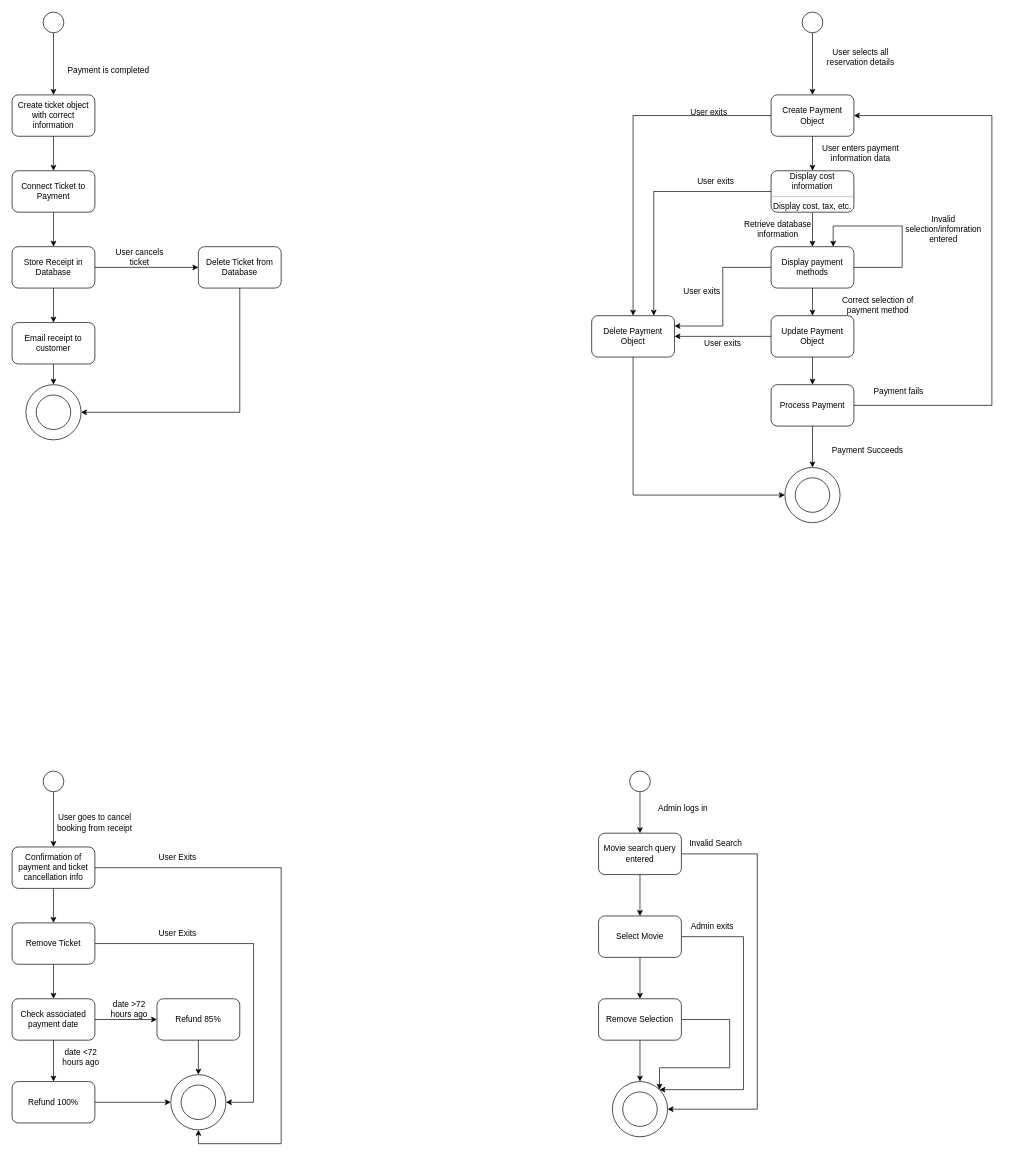
SenorYuen/ProjectGrp9 keeps this draw.io diagram as page "State Transition Diagram" (4 of 8) of ENSF 480 Final Project Diagrams.drawio. Above is the earlier version. Source tidied: cells renumbered, new cells numbered last; positions are measured from the earlier drawing's top-left corner, leaving out a move shared by most shapes. Both pictures are drawn from the tidied source at 69%, with x=0, y=0 at pixel (12, 12).
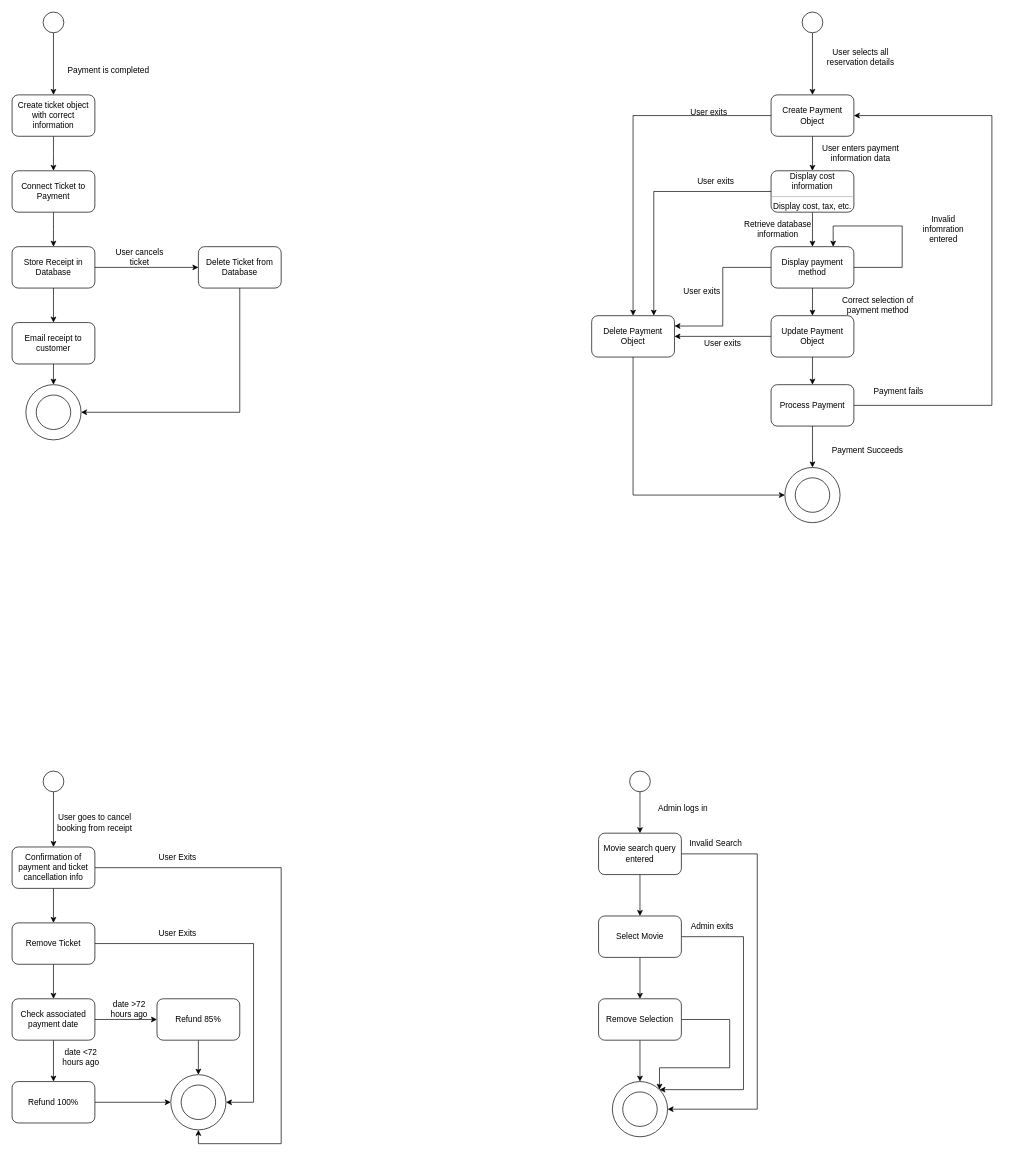
Above is the later version.

What changed in the source:
```diff
@@
-    <mxCell id="32" value="Display payment methods" style="rounded=1;whiteSpace=wrap;html=1;" parent="1" vertex="1">
+    <mxCell id="32" value="Display payment method" style="rounded=1;whiteSpace=wrap;html=1;" parent="1" vertex="1">
       <mxGeometry x="1100" y="340" width="120" height="60" as="geometry" />
     </mxCell>
@@
-    <mxCell id="37" value="Invalid selection/infomration entered" style="text;html=1;align=center;verticalAlign=middle;whiteSpace=wrap;rounded=0;" parent="1" vertex="1">
+    <mxCell id="37" value="Invalid infomration entered" style="text;html=1;align=center;verticalAlign=middle;whiteSpace=wrap;rounded=0;" parent="1" vertex="1">
       <mxGeometry x="1320" y="300" width="60" height="30" as="geometry" />
     </mxCell>
```
